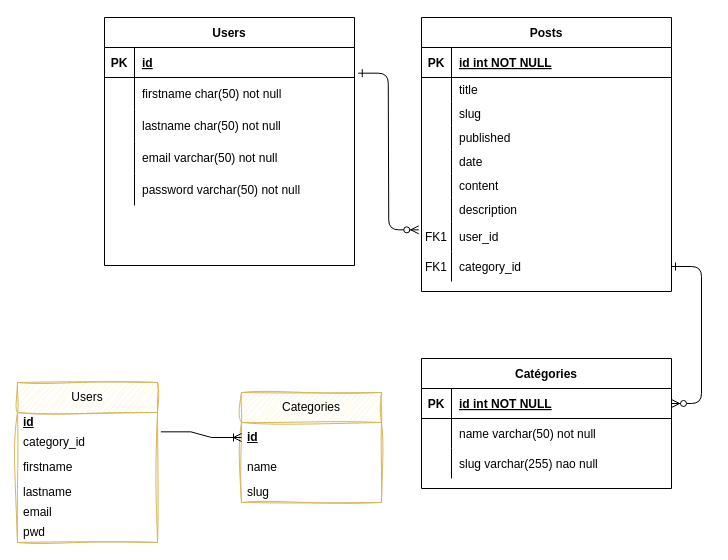
Before: src/diagramme_app_django.drawio in IsmalSacko/django-practice, a draw.io diagram. Source tidied: cells renumbered, new cells numbered last; positions are measured from the earlier drawing's top-left corner, leaving out a move shared by most shapes. Both pictures are drawn from the tidied source at 100%, with x=0, y=0 at pixel (17, 17).
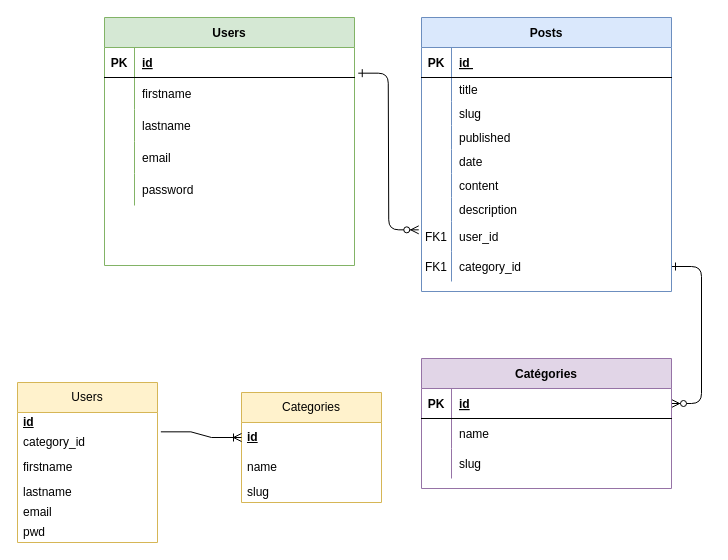
The same page after the edit.

The change refers to these unchanged cells:
```xml
<mxCell id="5" style="shape=partialRectangle;fillColor=none;points=[[0,0.5],[1,0.5]];portConstraint=eastwest;top=0;left=0;right=0;bottom=1;" parent="4" vertex="1">
  <mxGeometry y="30" width="250" height="30" as="geometry" />
</mxCell>
<mxCell id="8" style="shape=partialRectangle;fillColor=none;top=0;left=0;right=0;bottom=0;" parent="4" vertex="1">
  <mxGeometry y="60" width="250" height="30" as="geometry" />
</mxCell>
<mxCell id="11" style="shape=partialRectangle;fillColor=none;top=0;left=0;right=0;bottom=0;" parent="4" vertex="1">
  <mxGeometry y="90" width="250" height="30" as="geometry" />
</mxCell>
<mxCell id="15" style="shape=partialRectangle;fillColor=none;top=0;left=0;right=0;bottom=1;" parent="14" vertex="1">
  <mxGeometry y="30" width="250" height="30" as="geometry" />
</mxCell>
<mxCell id="46" style="shape=partialRectangle;fillColor=none;top=0;left=0;right=0;bottom=0;" parent="42" vertex="1">
  <mxGeometry y="60" width="250" height="32" as="geometry" />
</mxCell>
<mxCell id="49" style="shape=partialRectangle;fillColor=none;top=0;left=0;right=0;bottom=0;" parent="42" vertex="1">
  <mxGeometry y="92" width="250" height="32" as="geometry" />
</mxCell>
<mxCell id="52" style="shape=partialRectangle;fillColor=none;top=0;left=0;right=0;bottom=0;" parent="42" vertex="1">
  <mxGeometry y="124" width="250" height="32" as="geometry" />
</mxCell>
<mxCell id="55" style="shape=partialRectangle;fillColor=none;top=0;left=0;right=0;bottom=0;" parent="42" vertex="1">
  <mxGeometry y="156" width="250" height="32" as="geometry" />
</mxCell>
```

Diff of the diagram source:
```diff
@@
-    <mxCell id="4" value="Catégories" style="shape=table;startSize=30;childLayout=tableLayout;rowLines=0;fontStyle=1;align=center;" parent="1" vertex="1">
+    <mxCell id="4" value="Catégories" style="shape=table;startSize=30;childLayout=tableLayout;rowLines=0;fontStyle=1;align=center;fillColor=#e1d5e7;strokeColor=#9673a6;" parent="1" vertex="1">
       <mxGeometry x="404" y="341" width="250" height="130" as="geometry" />
     </mxCell>
@@
-    <mxCell id="7" value="id int NOT NULL " style="shape=partialRectangle;overflow=hidden;fillColor=none;top=0;left=0;bottom=0;right=0;align=left;spacingLeft=6;fontStyle=5;" parent="5" vertex="1">
+    <mxCell id="7" value="id" style="shape=partialRectangle;overflow=hidden;fillColor=none;top=0;left=0;bottom=0;right=0;align=left;spacingLeft=6;fontStyle=5;" parent="5" vertex="1">
       <mxGeometry x="30" width="220" height="30" as="geometry" />
     </mxCell>
@@
-    <mxCell id="10" value="name varchar(50) not null" style="shape=partialRectangle;overflow=hidden;fillColor=none;top=0;left=0;bottom=0;right=0;align=left;spacingLeft=6;" parent="8" vertex="1">
+    <mxCell id="10" value="name" style="shape=partialRectangle;overflow=hidden;fillColor=none;top=0;left=0;bottom=0;right=0;align=left;spacingLeft=6;" parent="8" vertex="1">
       <mxGeometry x="30" width="220" height="30" as="geometry" />
     </mxCell>
@@
-    <mxCell id="13" value="slug varchar(255) nao null" style="shape=partialRectangle;overflow=hidden;fillColor=none;top=0;left=0;bottom=0;right=0;align=left;spacingLeft=6;" parent="11" vertex="1">
+    <mxCell id="13" value="slug" style="shape=partialRectangle;overflow=hidden;fillColor=none;top=0;left=0;bottom=0;right=0;align=left;spacingLeft=6;" parent="11" vertex="1">
       <mxGeometry x="30" width="220" height="30" as="geometry" />
     </mxCell>
-    <mxCell id="14" value="Posts" style="shape=table;startSize=30;childLayout=tableLayout;rowLines=0;fontStyle=1;align=center;" parent="1" vertex="1">
+    <mxCell id="14" value="Posts" style="shape=table;startSize=30;childLayout=tableLayout;rowLines=0;fontStyle=1;align=center;fillColor=#dae8fc;strokeColor=#6c8ebf;" parent="1" vertex="1">
       <mxGeometry x="404" width="250" height="274" as="geometry" />
     </mxCell>
@@
-    <mxCell id="17" value="id int NOT NULL " style="shape=partialRectangle;overflow=hidden;fillColor=none;top=0;left=0;bottom=0;right=0;align=left;spacingLeft=6;fontStyle=5;" parent="15" vertex="1">
+    <mxCell id="17" value="id " style="shape=partialRectangle;overflow=hidden;fillColor=none;top=0;left=0;bottom=0;right=0;align=left;spacingLeft=6;fontStyle=5;" parent="15" vertex="1">
       <mxGeometry x="30" width="220" height="30" as="geometry" />
     </mxCell>
@@
-    <mxCell id="42" value="Users" style="shape=table;startSize=30;childLayout=tableLayout;rowLines=0;fontStyle=1;align=center;" parent="1" vertex="1">
+    <mxCell id="42" value="Users" style="shape=table;startSize=30;childLayout=tableLayout;rowLines=0;fontStyle=1;align=center;shadow=0;rounded=0;fillColor=#d5e8d4;strokeColor=#82b366;swimlaneFillColor=none;" parent="1" vertex="1">
       <mxGeometry x="87" width="250" height="248" as="geometry" />
     </mxCell>
@@
-    <mxCell id="48" value="firstname char(50) not null" style="shape=partialRectangle;overflow=hidden;fillColor=none;top=0;left=0;bottom=0;right=0;align=left;spacingLeft=6;" parent="46" vertex="1">
+    <mxCell id="48" value="firstname" style="shape=partialRectangle;overflow=hidden;fillColor=none;top=0;left=0;bottom=0;right=0;align=left;spacingLeft=6;" parent="46" vertex="1">
       <mxGeometry x="30" width="220" height="32" as="geometry" />
     </mxCell>
@@
-    <mxCell id="51" value="lastname char(50) not null" style="shape=partialRectangle;overflow=hidden;fillColor=none;top=0;left=0;bottom=0;right=0;align=left;spacingLeft=6;" parent="49" vertex="1">
+    <mxCell id="51" value="lastname " style="shape=partialRectangle;overflow=hidden;fillColor=none;top=0;left=0;bottom=0;right=0;align=left;spacingLeft=6;" parent="49" vertex="1">
       <mxGeometry x="30" width="220" height="32" as="geometry" />
     </mxCell>
@@
-    <mxCell id="54" value="email varchar(50) not null" style="shape=partialRectangle;overflow=hidden;fillColor=none;top=0;left=0;bottom=0;right=0;align=left;spacingLeft=6;" parent="52" vertex="1">
+    <mxCell id="54" value="email " style="shape=partialRectangle;overflow=hidden;fillColor=none;top=0;left=0;bottom=0;right=0;align=left;spacingLeft=6;" parent="52" vertex="1">
       <mxGeometry x="30" width="220" height="32" as="geometry" />
     </mxCell>
@@
-    <mxCell id="57" value="password varchar(50) not null" style="shape=partialRectangle;overflow=hidden;fillColor=none;top=0;left=0;bottom=0;right=0;align=left;spacingLeft=6;" parent="55" vertex="1">
+    <mxCell id="57" value="password" style="shape=partialRectangle;overflow=hidden;fillColor=none;top=0;left=0;bottom=0;right=0;align=left;spacingLeft=6;" parent="55" vertex="1">
       <mxGeometry x="30" width="220" height="32" as="geometry" />
     </mxCell>
-    <mxCell id="58" value="Users" style="swimlane;fontStyle=0;horizontal=1;startSize=30;whiteSpace=wrap;html=1;fillColor=#fff2cc;strokeColor=#d6b656;glass=0;sketch=1;curveFitting=1;jiggle=2;" parent="1" vertex="1">
+    <mxCell id="58" value="Users" style="swimlane;fontStyle=0;horizontal=1;startSize=30;whiteSpace=wrap;html=1;fillColor=#fff2cc;strokeColor=#d6b656;glass=0;" parent="1" vertex="1">
       <mxGeometry y="365" width="140" height="160" as="geometry" />
     </mxCell>
@@
-    <mxCell id="65" value="Categories" style="swimlane;fontStyle=0;horizontal=1;startSize=30;whiteSpace=wrap;html=1;fillColor=#fff2cc;strokeColor=#d6b656;glass=0;sketch=1;curveFitting=1;jiggle=2;" parent="1" vertex="1">
+    <mxCell id="65" value="Categories" style="swimlane;fontStyle=0;horizontal=1;startSize=30;whiteSpace=wrap;html=1;fillColor=#fff2cc;strokeColor=#d6b656;glass=0;" parent="1" vertex="1">
       <mxGeometry x="224" y="375" width="140" height="110" as="geometry" />
     </mxCell>
```
